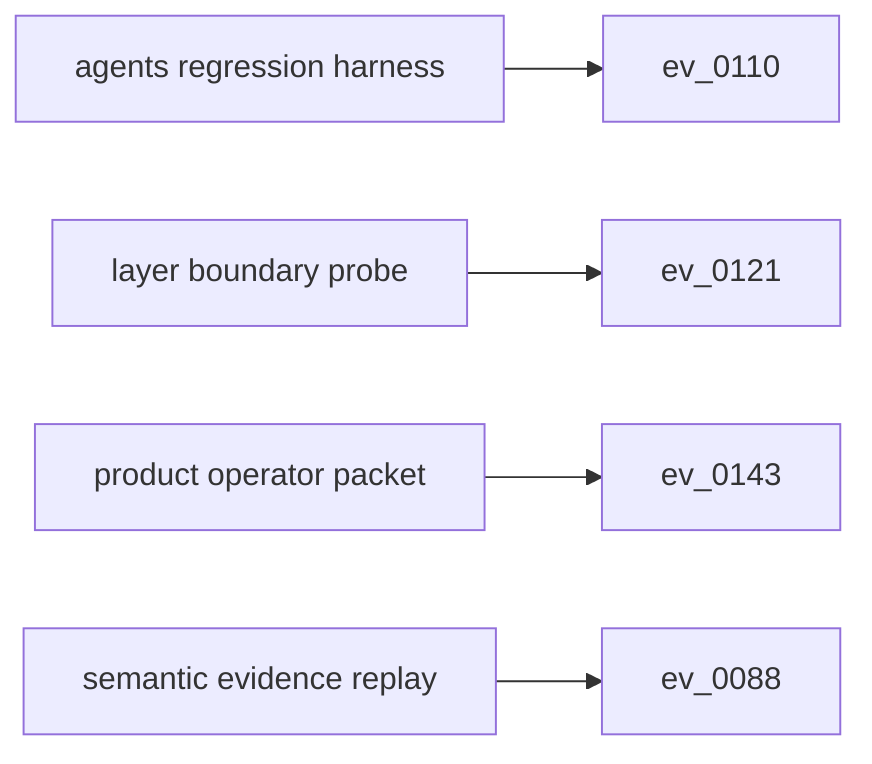
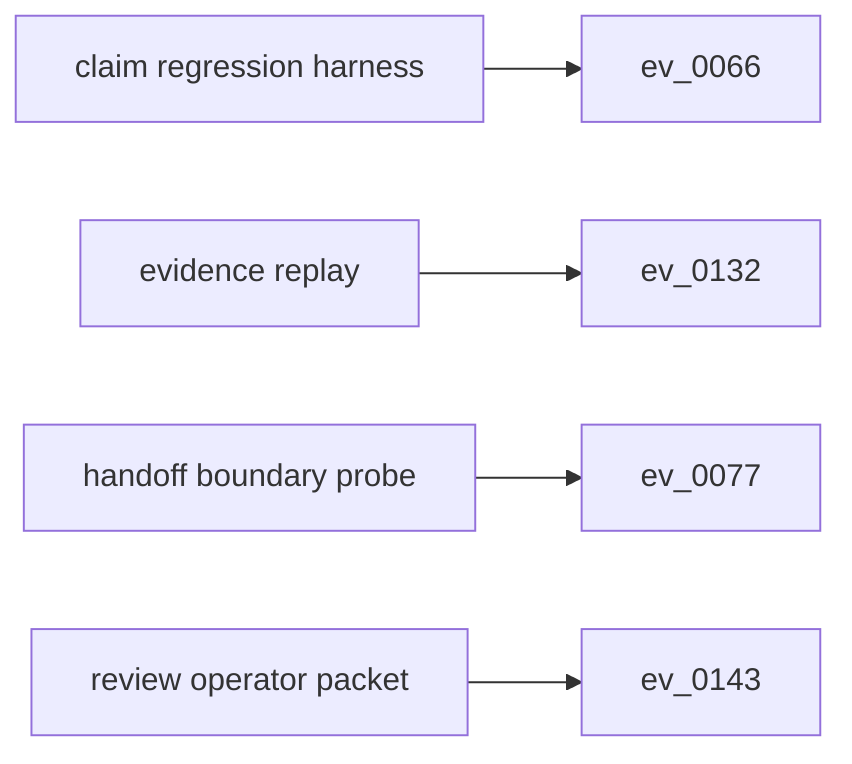
flowchart LR
-   s0["agents regression harness"]
-   e0["ev_0110"]
+   s0["claim regression harness"]
+   e0["ev_0066"]
  s0 --> e0
-   s1["layer boundary probe"]
-   e1["ev_0121"]
+   s1["evidence replay"]
+   e1["ev_0132"]
  s1 --> e1
-   s2["product operator packet"]
-   e2["ev_0143"]
+   s2["handoff boundary probe"]
+   e2["ev_0077"]
  s2 --> e2
-   s3["semantic evidence replay"]
-   e3["ev_0088"]
+   s3["review operator packet"]
+   e3["ev_0143"]
  s3 --> e3
